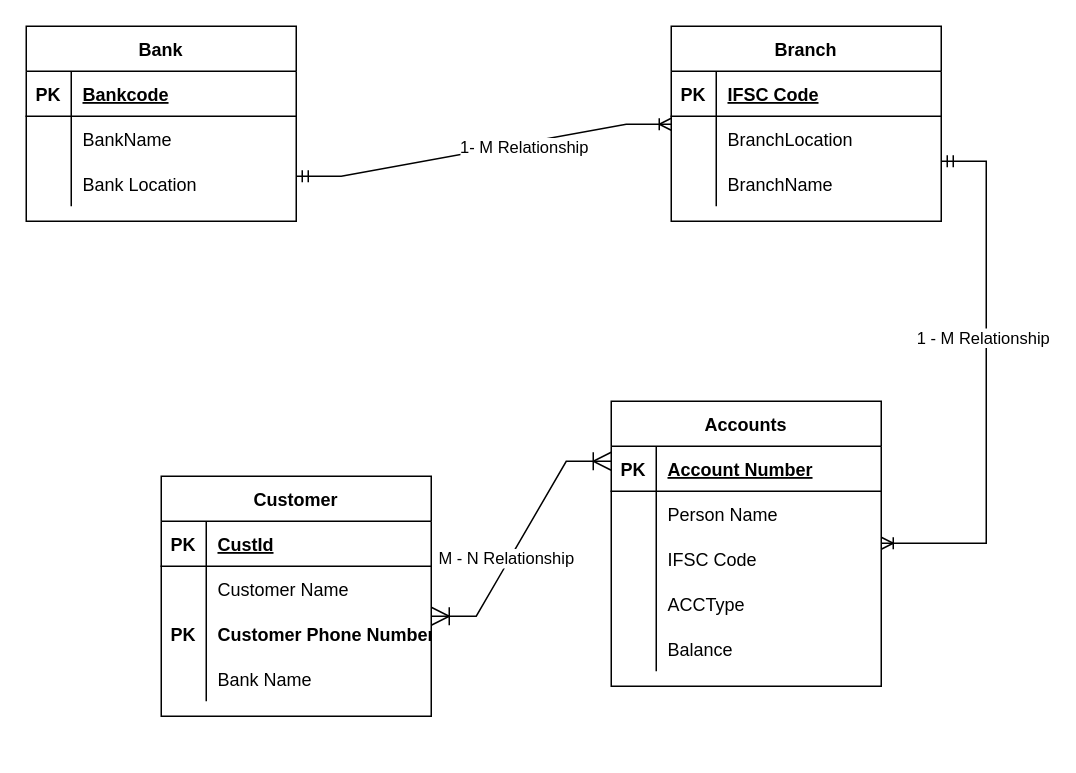
This is Paytm_ERD 1.drawio from vamshikrishnakyatham/DBMS_Assignments, a draw.io file, before an edit. Source tidied: cells renumbered, new cells numbered last; positions are measured from the earlier drawing's top-left corner, leaving out a move shared by most shapes. Both pictures are drawn from the tidied source at 150%, with x=0, y=0 at pixel (26, 26).
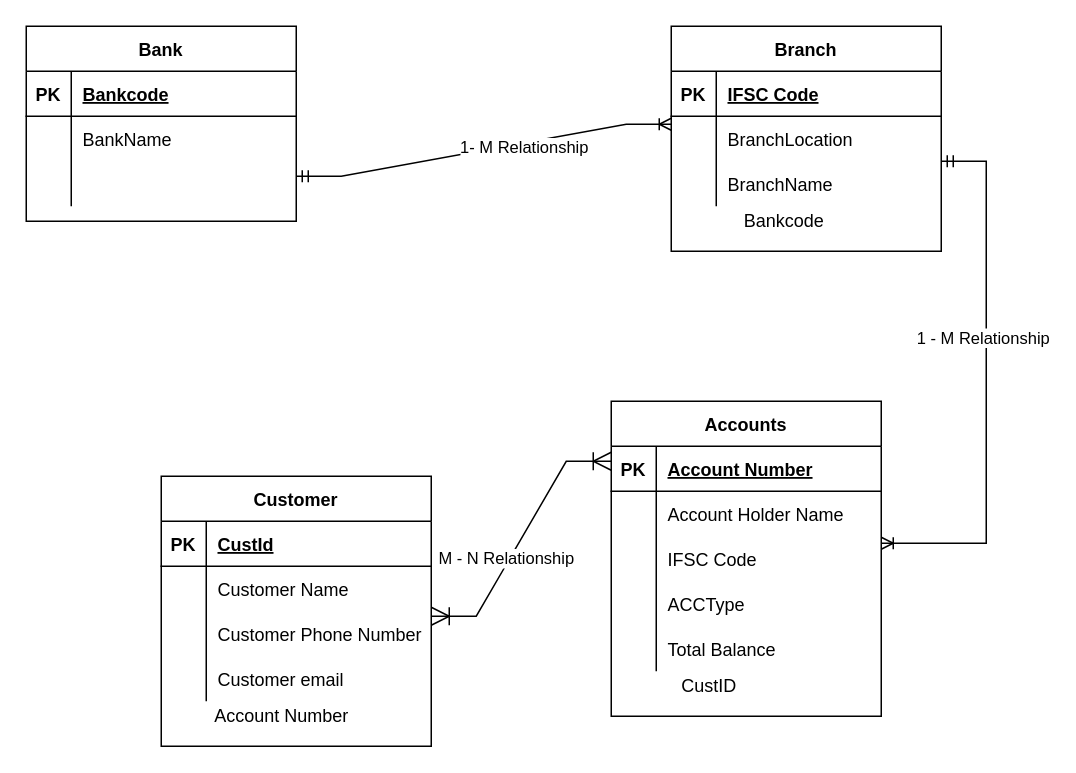
The same page after the edit.

The change refers to these unchanged cells:
```xml
<mxCell id="6" style="shape=tableRow;horizontal=0;startSize=0;swimlaneHead=0;swimlaneBody=0;fillColor=none;top=0;left=0;right=0;bottom=0;" parent="2" vertex="1">
  <mxGeometry y="60" width="180" height="30" as="geometry" />
</mxCell>
<mxCell id="15" style="shape=tableRow;horizontal=0;startSize=0;swimlaneHead=0;swimlaneBody=0;fillColor=none;top=0;left=0;right=0;bottom=0;" parent="2" vertex="1">
  <mxGeometry y="150" width="180" height="30" as="geometry" />
</mxCell>
<mxCell id="25" style="shape=tableRow;horizontal=0;startSize=0;swimlaneHead=0;swimlaneBody=0;fillColor=none;points=[[0,0.5],[1,0.5]];portConstraint=eastwest;top=0;left=0;right=0;bottom=0;" parent="18" vertex="1">
  <mxGeometry y="90" width="180" height="30" as="geometry" />
</mxCell>
<mxCell id="28" style="shape=tableRow;horizontal=0;startSize=0;swimlaneHead=0;swimlaneBody=0;fillColor=none;top=0;left=0;right=0;bottom=0;" parent="18" vertex="1">
  <mxGeometry y="120" width="180" height="30" as="geometry" />
</mxCell>
<mxCell id="38" style="shape=tableRow;horizontal=0;startSize=0;swimlaneHead=0;swimlaneBody=0;fillColor=none;top=0;left=0;right=0;bottom=0;" parent="31" vertex="1">
  <mxGeometry y="90" width="180" height="30" as="geometry" />
</mxCell>
```

Diff of the diagram source:
```diff
@@
     <mxCell id="2" value="Accounts" style="shape=table;startSize=30;childLayout=tableLayout;rowLines=0;fontStyle=1;align=center;" parent="1" vertex="1">
-      <mxGeometry x="390" y="250" width="180" height="190" as="geometry" />
+      <mxGeometry x="390" y="250" width="180" height="210" as="geometry" />
     </mxCell>
@@
-    <mxCell id="8" value="Person Name" style="shape=partialRectangle;fillColor=none;top=0;left=0;bottom=0;right=0;align=left;spacingLeft=6;overflow=hidden;" parent="6" vertex="1">
+    <mxCell id="8" value="Account Holder Name" style="shape=partialRectangle;fillColor=none;top=0;left=0;bottom=0;right=0;align=left;spacingLeft=6;overflow=hidden;" parent="6" vertex="1">
       <mxGeometry x="30" width="150" height="30" as="geometry" />
     </mxCell>
@@
-    <mxCell id="17" value="Balance" style="shape=partialRectangle;fillColor=none;top=0;left=0;bottom=0;right=0;align=left;spacingLeft=6;overflow=hidden;" parent="15" vertex="1">
+    <mxCell id="17" value="Total Balance" style="shape=partialRectangle;fillColor=none;top=0;left=0;bottom=0;right=0;align=left;spacingLeft=6;overflow=hidden;" parent="15" vertex="1">
       <mxGeometry x="30" width="150" height="30" as="geometry" />
     </mxCell>
     <mxCell id="18" value="Customer" style="shape=table;startSize=30;childLayout=tableLayout;rowLines=0;fontStyle=1;align=center;" parent="1" vertex="1">
-      <mxGeometry x="90" y="300" width="180" height="160" as="geometry" />
+      <mxGeometry x="90" y="300" width="180" height="180" as="geometry" />
     </mxCell>
@@
-    <mxCell id="26" value="PK" style="shape=partialRectangle;fillColor=none;top=0;left=0;bottom=0;right=0;overflow=hidden;fontStyle=1;" parent="25" vertex="1">
+    <mxCell id="26" style="shape=partialRectangle;fillColor=none;top=0;left=0;bottom=0;right=0;overflow=hidden;fontStyle=1;" parent="25" vertex="1">
       <mxGeometry width="30" height="30" as="geometry" />
     </mxCell>
-    <mxCell id="27" value="Customer Phone Number" style="shape=partialRectangle;fillColor=none;top=0;left=0;bottom=0;right=0;align=left;spacingLeft=6;overflow=hidden;fontStyle=1;" parent="25" vertex="1">
+    <mxCell id="27" value="Customer Phone Number" style="shape=partialRectangle;fillColor=none;top=0;left=0;bottom=0;right=0;align=left;spacingLeft=6;overflow=hidden;fontStyle=0;" parent="25" vertex="1">
       <mxGeometry x="30" width="150" height="30" as="geometry" />
     </mxCell>
@@
-    <mxCell id="30" value="Bank Name" style="shape=partialRectangle;fillColor=none;top=0;left=0;bottom=0;right=0;align=left;spacingLeft=6;overflow=hidden;" parent="28" vertex="1">
+    <mxCell id="30" value="Customer email" style="shape=partialRectangle;fillColor=none;top=0;left=0;bottom=0;right=0;align=left;spacingLeft=6;overflow=hidden;" parent="28" vertex="1">
       <mxGeometry x="30" width="150" height="30" as="geometry" />
     </mxCell>
@@
-    <mxCell id="40" value="Bank Location" style="shape=partialRectangle;fillColor=none;top=0;left=0;bottom=0;right=0;align=left;spacingLeft=6;overflow=hidden;" parent="38" vertex="1">
+    <mxCell id="40" style="shape=partialRectangle;fillColor=none;top=0;left=0;bottom=0;right=0;align=left;spacingLeft=6;overflow=hidden;" parent="38" vertex="1">
       <mxGeometry x="30" width="150" height="30" as="geometry" />
     </mxCell>
     <mxCell id="41" value="Branch" style="shape=table;startSize=30;childLayout=tableLayout;rowLines=0;fontStyle=1;align=center;" parent="1" vertex="1">
-      <mxGeometry x="430" width="180" height="130" as="geometry" />
+      <mxGeometry x="430" width="180" height="150" as="geometry" />
     </mxCell>
@@
+    <mxCell id="57" value="Bankcode" style="text;html=1;align=center;verticalAlign=middle;strokeColor=none;fillColor=none;" parent="1" vertex="1">
+      <mxGeometry x="470" y="120" width="70" height="20" as="geometry" />
+    </mxCell>
+    <mxCell id="58" value="CustID" style="text;html=1;align=center;verticalAlign=middle;strokeColor=none;fillColor=none;" parent="1" vertex="1">
+      <mxGeometry x="430" y="430" width="50" height="20" as="geometry" />
+    </mxCell>
+    <mxCell id="59" value="Account Number" style="text;html=1;align=center;verticalAlign=middle;strokeColor=none;fillColor=none;" parent="1" vertex="1">
+      <mxGeometry x="120" y="450" width="100" height="20" as="geometry" />
+    </mxCell>
```
